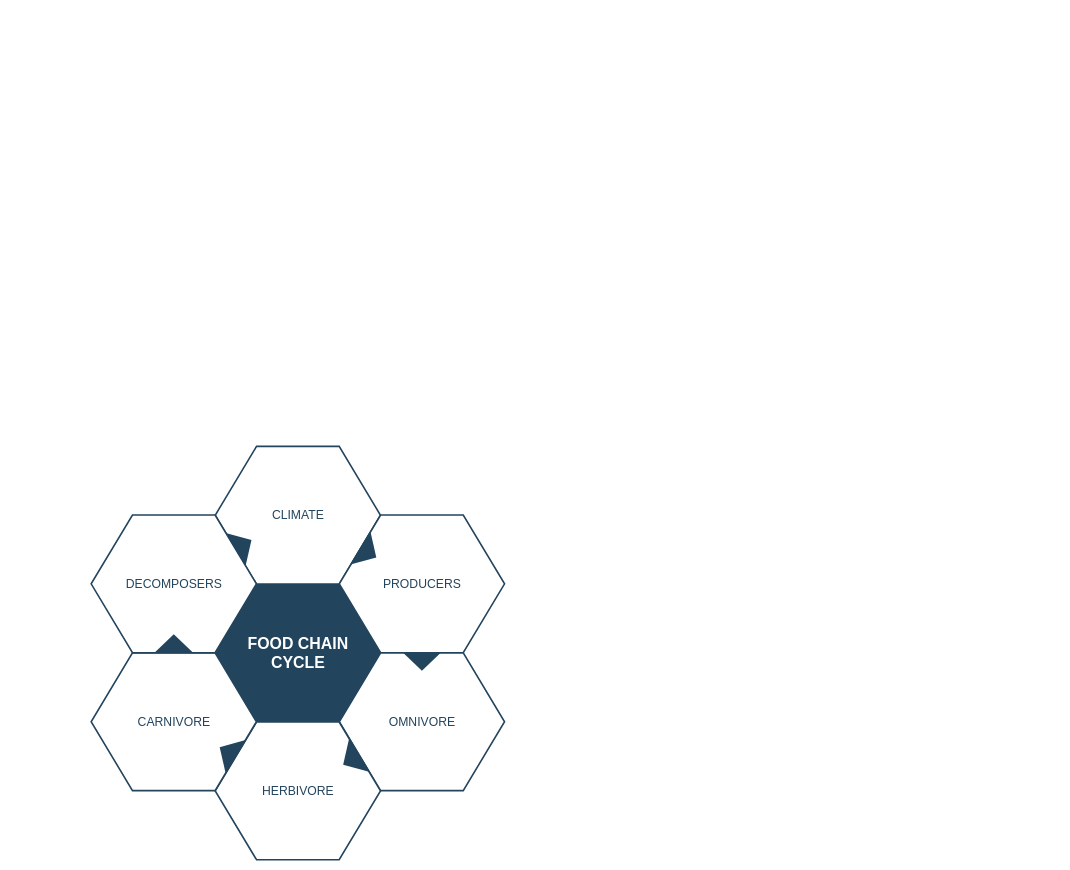
Carne-de-Pescoco/Modeling-Earthquake keeps this draw.io diagram as Untitled Diagram.drawio. Above is the earlier version. Source tidied: cells renumbered, new cells numbered last; positions are measured from the earlier drawing's top-left corner, leaving out a move shared by most shapes. Both pictures are drawn from the tidied source at 53%, with x=0, y=0 at pixel (91, 446).
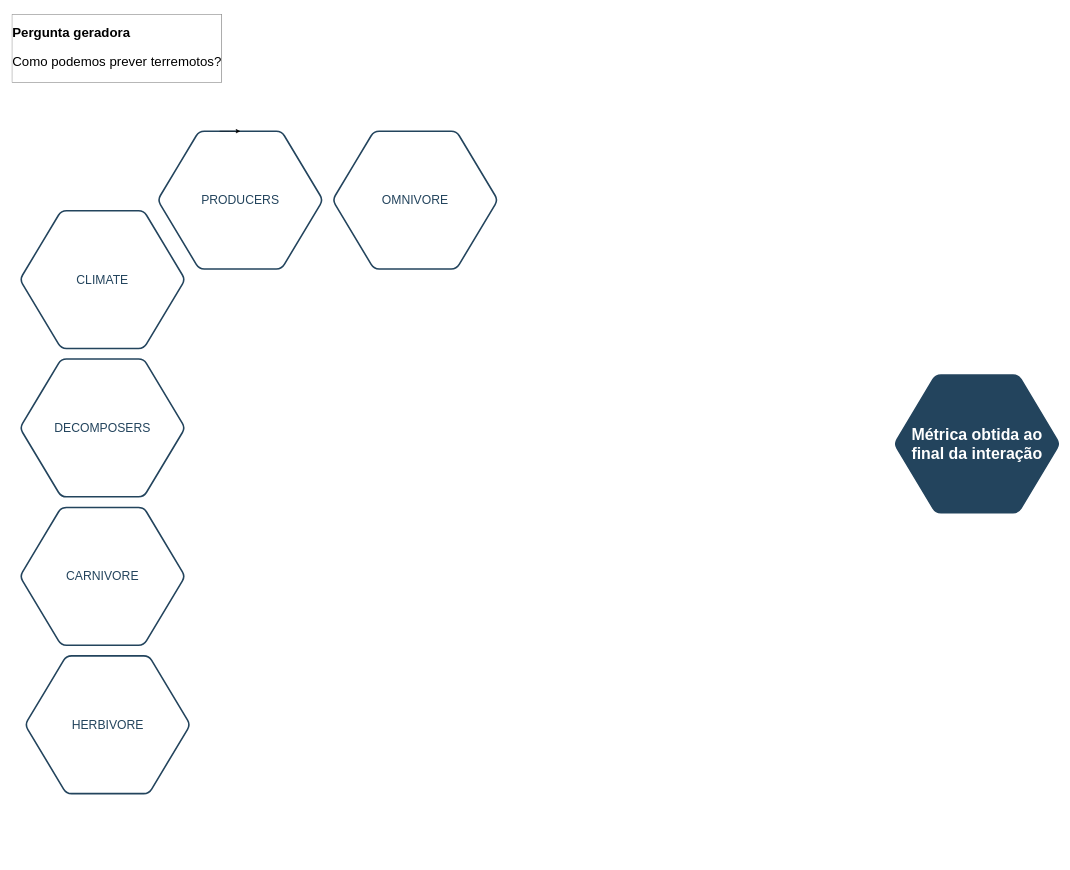
The same page after the edit.

Diff of the diagram source:
```diff
@@
 <mxGraphModel background="#ffffff">
   <root>
     <mxCell id="0" />
     <mxCell id="1" parent="0" />
-    <mxCell id="2" value="&lt;font style=&quot;font-size: 30px&quot; color=&quot;#ffffff&quot;&gt;&lt;b&gt;&lt;span&gt;FOOD CHAIN&lt;/span&gt;&lt;br&gt;&lt;span&gt;CYCLE&lt;/span&gt;&lt;/b&gt;&lt;/font&gt;&lt;br&gt;" style="shape=hexagon;perimeter=hexagonPerimeter2;whiteSpace=wrap;html=1;shadow=0;labelBackgroundColor=none;strokeColor=#23445D;fillColor=#23445D;gradientColor=none;fontFamily=Helvetica;fontSize=23;fontColor=#23445d;align=center;strokeWidth=3;" parent="1" vertex="1">
-      <mxGeometry x="234.6" y="259.8" width="311.8" height="259.9" as="geometry" />
+    <mxCell id="2" value="&lt;font color=&quot;#ffffff&quot;&gt;&lt;span style=&quot;font-size: 30px&quot;&gt;&lt;b&gt;Métrica obtida ao final da interação&lt;/b&gt;&lt;/span&gt;&lt;/font&gt;" style="shape=hexagon;perimeter=hexagonPerimeter2;whiteSpace=wrap;html=1;shadow=0;labelBackgroundColor=none;strokeColor=#23445D;fillColor=#23445D;gradientColor=none;fontFamily=Helvetica;fontSize=23;fontColor=#23445d;align=center;strokeWidth=3;rounded=1;" parent="1" vertex="1">
+      <mxGeometry x="1516" y="-135" width="311.8" height="259.9" as="geometry" />
     </mxCell>
-    <mxCell id="3" style="triangle;whiteSpace=wrap;html=1;shadow=0;labelBackgroundColor=none;strokeColor=none;fillColor=#FFFFFF;fontFamily=Helvetica;fontSize=17;fontColor=#23445d;align=center;rotation=90;gradientColor=none;flipV=1;flipH=1;opacity=20;" parent="1" vertex="1">
+    <mxCell id="3" style="triangle;whiteSpace=wrap;html=1;shadow=0;labelBackgroundColor=none;strokeColor=none;fillColor=#FFFFFF;fontFamily=Helvetica;fontSize=17;fontColor=#23445d;align=center;rotation=90;gradientColor=none;flipV=1;flipH=1;opacity=20;rounded=1;" parent="1" vertex="1">
       <mxGeometry x="115.5" y="277.7" width="72" height="152" as="geometry" />
     </mxCell>
-    <mxCell id="4" value="&lt;font style=&quot;font-size: 23px&quot;&gt;CLIMATE&lt;/font&gt;" style="shape=hexagon;perimeter=hexagonPerimeter2;whiteSpace=wrap;html=1;shadow=0;labelBackgroundColor=none;strokeColor=#23445D;fillColor=#ffffff;gradientColor=none;fontFamily=Helvetica;fontSize=23;fontColor=#23445D;align=center;strokeWidth=3;" parent="1" vertex="1">
-      <mxGeometry x="234.6" y="-0.3" width="311.8" height="259.9" as="geometry" />
+    <mxCell id="4" value="&lt;font style=&quot;font-size: 23px&quot;&gt;CLIMATE&lt;/font&gt;" style="shape=hexagon;perimeter=hexagonPerimeter2;whiteSpace=wrap;html=1;shadow=0;labelBackgroundColor=none;strokeColor=#23445D;fillColor=#ffffff;gradientColor=none;fontFamily=Helvetica;fontSize=23;fontColor=#23445D;align=center;strokeWidth=3;rounded=1;" parent="1" vertex="1">
+      <mxGeometry x="-134" y="-445" width="311.8" height="259.9" as="geometry" />
     </mxCell>
-    <mxCell id="5" value="&lt;font style=&quot;font-size: 23px&quot;&gt;PRODUCERS&lt;/font&gt;" style="shape=hexagon;perimeter=hexagonPerimeter2;whiteSpace=wrap;html=1;shadow=0;labelBackgroundColor=none;strokeColor=#23445D;fillColor=#FFFFFF;gradientColor=none;fontFamily=Helvetica;fontSize=23;fontColor=#23445d;align=center;strokeWidth=3;" parent="1" vertex="1">
-      <mxGeometry x="468.7" y="129.2" width="311.8" height="259.9" as="geometry" />
+    <mxCell id="5" value="&lt;font style=&quot;font-size: 23px&quot;&gt;PRODUCERS&lt;/font&gt;" style="shape=hexagon;perimeter=hexagonPerimeter2;whiteSpace=wrap;html=1;shadow=0;labelBackgroundColor=none;strokeColor=#23445D;fillColor=#FFFFFF;gradientColor=none;fontFamily=Helvetica;fontSize=23;fontColor=#23445d;align=center;strokeWidth=3;rounded=1;" parent="1" vertex="1">
+      <mxGeometry x="126" y="-595" width="311.8" height="259.9" as="geometry" />
     </mxCell>
-    <mxCell id="6" value="&lt;font style=&quot;font-size: 23px&quot;&gt;OMNIVORE&lt;/font&gt;" style="shape=hexagon;perimeter=hexagonPerimeter2;whiteSpace=wrap;html=1;shadow=0;labelBackgroundColor=none;strokeColor=#23445D;fillColor=#FFFFFF;gradientColor=none;fontFamily=Helvetica;fontSize=23;fontColor=#23445d;align=center;strokeWidth=3;" parent="1" vertex="1">
-      <mxGeometry x="468.7" y="389.3" width="311.8" height="259.9" as="geometry" />
+    <mxCell id="6" value="&lt;font style=&quot;font-size: 23px&quot;&gt;OMNIVORE&lt;/font&gt;" style="shape=hexagon;perimeter=hexagonPerimeter2;whiteSpace=wrap;html=1;shadow=0;labelBackgroundColor=none;strokeColor=#23445D;fillColor=#FFFFFF;gradientColor=none;fontFamily=Helvetica;fontSize=23;fontColor=#23445d;align=center;strokeWidth=3;rounded=1;" parent="1" vertex="1">
+      <mxGeometry x="456" y="-595" width="311.8" height="259.9" as="geometry" />
     </mxCell>
-    <mxCell id="7" value="&lt;font style=&quot;font-size: 23px&quot;&gt;HERBIVORE&lt;/font&gt;" style="shape=hexagon;perimeter=hexagonPerimeter2;whiteSpace=wrap;html=1;shadow=0;labelBackgroundColor=none;strokeColor=#23445D;fillColor=#FFFFFF;gradientColor=none;fontFamily=Helvetica;fontSize=23;fontColor=#23445d;align=center;strokeWidth=3;" parent="1" vertex="1">
-      <mxGeometry x="234.6" y="519.8" width="311.8" height="259.9" as="geometry" />
+    <mxCell id="7" value="&lt;font style=&quot;font-size: 23px&quot;&gt;HERBIVORE&lt;/font&gt;" style="shape=hexagon;perimeter=hexagonPerimeter2;whiteSpace=wrap;html=1;shadow=0;labelBackgroundColor=none;strokeColor=#23445D;fillColor=#FFFFFF;gradientColor=none;fontFamily=Helvetica;fontSize=23;fontColor=#23445d;align=center;strokeWidth=3;rounded=1;" parent="1" vertex="1">
+      <mxGeometry x="-124.3" y="395" width="311.8" height="259.9" as="geometry" />
     </mxCell>
-    <mxCell id="8" value="&lt;font style=&quot;font-size: 23px&quot;&gt;CARNIVORE&lt;/font&gt;" style="shape=hexagon;perimeter=hexagonPerimeter2;whiteSpace=wrap;html=1;shadow=0;labelBackgroundColor=none;strokeColor=#23445D;fillColor=#FFFFFF;gradientColor=none;fontFamily=Helvetica;fontSize=23;fontColor=#23445d;align=center;strokeWidth=3;" parent="1" vertex="1">
-      <mxGeometry x="0.5" y="389.3" width="311.8" height="259.9" as="geometry" />
+    <mxCell id="8" value="&lt;font style=&quot;font-size: 23px&quot;&gt;CARNIVORE&lt;/font&gt;" style="shape=hexagon;perimeter=hexagonPerimeter2;whiteSpace=wrap;html=1;shadow=0;labelBackgroundColor=none;strokeColor=#23445D;fillColor=#FFFFFF;gradientColor=none;fontFamily=Helvetica;fontSize=23;fontColor=#23445d;align=center;strokeWidth=3;rounded=1;" parent="1" vertex="1">
+      <mxGeometry x="-134" y="115" width="311.8" height="259.9" as="geometry" />
     </mxCell>
-    <mxCell id="9" value="&lt;font style=&quot;font-size: 23px;&quot;&gt;DECOMPOSERS&lt;/font&gt;" style="shape=hexagon;perimeter=hexagonPerimeter2;whiteSpace=wrap;html=1;shadow=0;labelBackgroundColor=none;strokeColor=#23445D;fillColor=#ffffff;gradientColor=none;fontFamily=Helvetica;fontSize=23;fontColor=#23445D;align=center;strokeWidth=3;" parent="1" vertex="1">
-      <mxGeometry x="0.5" y="129.2" width="311.8" height="259.9" as="geometry" />
+    <mxCell id="9" value="&lt;font style=&quot;font-size: 23px;&quot;&gt;DECOMPOSERS&lt;/font&gt;" style="shape=hexagon;perimeter=hexagonPerimeter2;whiteSpace=wrap;html=1;shadow=0;labelBackgroundColor=none;strokeColor=#23445D;fillColor=#ffffff;gradientColor=none;fontFamily=Helvetica;fontSize=23;fontColor=#23445D;align=center;strokeWidth=3;rounded=1;" parent="1" vertex="1">
+      <mxGeometry x="-134" y="-165" width="311.8" height="259.9" as="geometry" />
     </mxCell>
-    <mxCell id="10" style="triangle;whiteSpace=wrap;html=1;shadow=0;labelBackgroundColor=none;strokeColor=none;fillColor=#23445D;fontFamily=Helvetica;fontSize=17;fontColor=#23445d;align=center;rotation=31;gradientColor=none;strokeWidth=3;" parent="1" vertex="1">
-      <mxGeometry x="506" y="163.7" width="35" height="73" as="geometry" />
-    </mxCell>
-    <mxCell id="11" style="triangle;whiteSpace=wrap;html=1;shadow=0;labelBackgroundColor=none;strokeColor=none;fillColor=#23445D;fontFamily=Helvetica;fontSize=17;fontColor=#23445d;align=center;rotation=31;gradientColor=none;flipH=1;strokeWidth=3;" parent="1" vertex="1">
-      <mxGeometry x="240.5" y="539.7" width="35" height="73" as="geometry" />
-    </mxCell>
-    <mxCell id="12" style="triangle;whiteSpace=wrap;html=1;shadow=0;labelBackgroundColor=none;strokeColor=none;fillColor=#23445D;fontFamily=Helvetica;fontSize=17;fontColor=#23445d;align=center;rotation=329;gradientColor=none;strokeWidth=3;" parent="1" vertex="1">
-      <mxGeometry x="270.5" y="148.7" width="35" height="73" as="geometry" />
-    </mxCell>
-    <mxCell id="13" style="triangle;whiteSpace=wrap;html=1;shadow=0;labelBackgroundColor=none;strokeColor=none;fillColor=#23445D;fontFamily=Helvetica;fontSize=17;fontColor=#23445d;align=center;rotation=329;gradientColor=none;flipH=1;strokeWidth=3;" parent="1" vertex="1">
-      <mxGeometry x="473.5" y="554.7" width="35" height="73" as="geometry" />
-    </mxCell>
-    <mxCell id="14" style="triangle;whiteSpace=wrap;html=1;shadow=0;labelBackgroundColor=none;strokeColor=none;fillColor=#23445D;fontFamily=Helvetica;fontSize=17;fontColor=#23445d;align=center;rotation=90;gradientColor=none;strokeWidth=3;" parent="1" vertex="1">
-      <mxGeometry x="607.1" y="369.2" width="35" height="73" as="geometry" />
-    </mxCell>
-    <mxCell id="15" style="triangle;whiteSpace=wrap;html=1;shadow=0;labelBackgroundColor=none;strokeColor=none;fillColor=#23445D;fontFamily=Helvetica;fontSize=17;fontColor=#23445d;align=center;rotation=90;gradientColor=none;flipH=1;strokeWidth=3;" parent="1" vertex="1">
-      <mxGeometry x="138.9" y="335.2" width="35" height="73" as="geometry" />
-    </mxCell>
+    <mxCell id="16" value="&lt;h1 style=&quot;font-size: 25px&quot;&gt;Pergunta geradora&lt;/h1&gt;&lt;p style=&quot;font-size: 25px&quot;&gt;Como podemos prever terremotos?&lt;/p&gt;" style="text;html=1;strokeColor=none;fillColor=none;spacing=5;spacingTop=0;whiteSpace=wrap;overflow=hidden;rounded=0;fontSize=25;labelBackgroundColor=#ffffff;labelBorderColor=#4D4D4D;spacingLeft=0;spacingRight=0;horizontal=1;" parent="1" vertex="1">
+      <mxGeometry x="-154" y="-825" width="470" height="200" as="geometry" />
+    </mxCell>
+    <mxCell id="17" style="edgeStyle=orthogonalEdgeStyle;curved=1;rounded=0;orthogonalLoop=1;jettySize=auto;html=1;exitX=0.375;exitY=0;exitDx=0;exitDy=0;entryX=0.5;entryY=0;entryDx=0;entryDy=0;fontSize=25;" parent="1" edge="1" source="5" target="5">
+      <mxGeometry relative="1" as="geometry" />
+    </mxCell>
   </root>
 </mxGraphModel>
```
